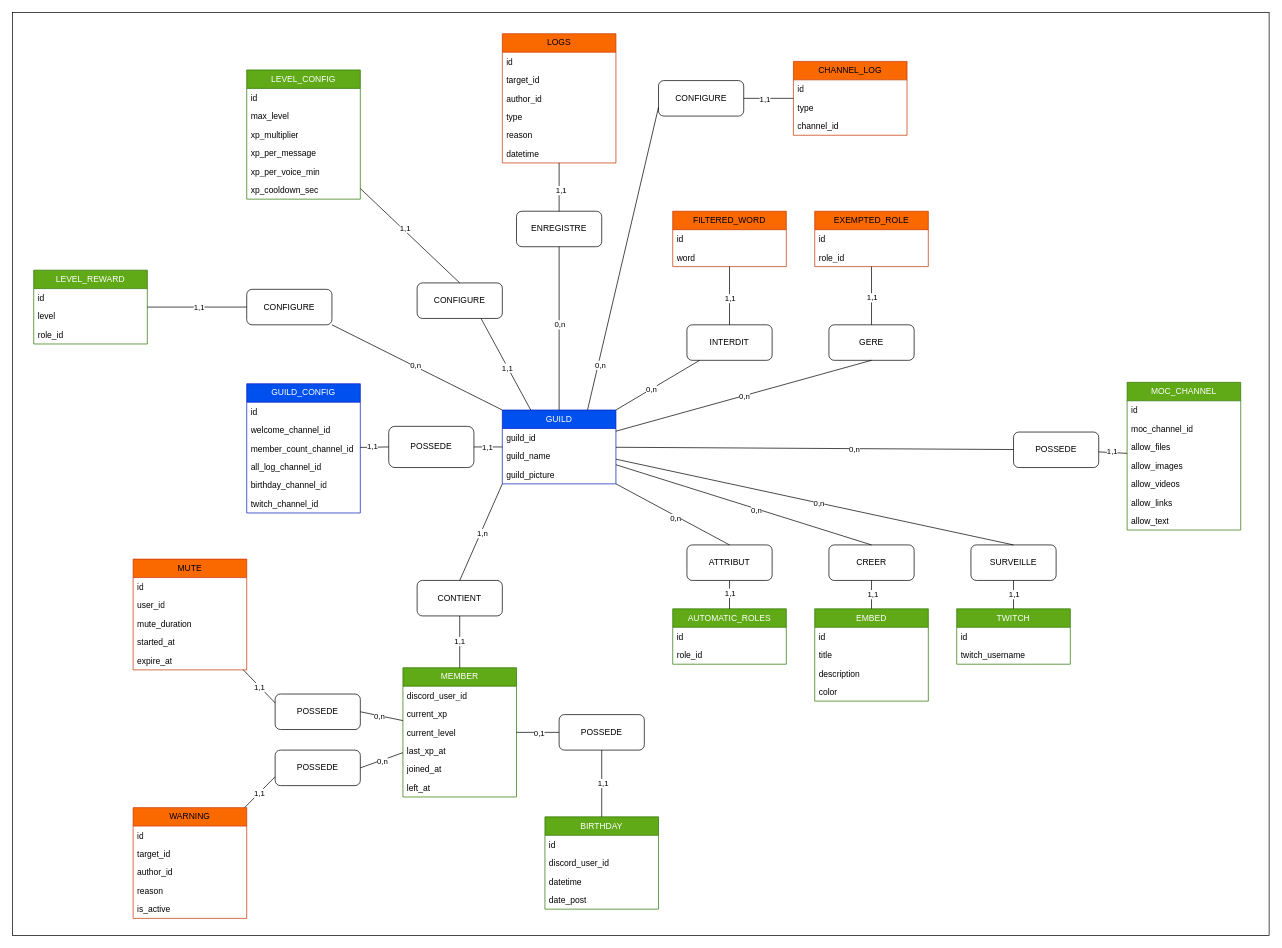
Earlier version of the draw.io diagram docs/Sprint 1/MCD - Wystrelia.drawio (GwenaelS/CDA-Soutenance). Source tidied: cells renumbered, new cells numbered last; positions are measured from the earlier drawing's top-left corner, leaving out a move shared by most shapes. Both pictures are drawn from the tidied source at 71%, with x=0, y=0 at pixel (12, 12).
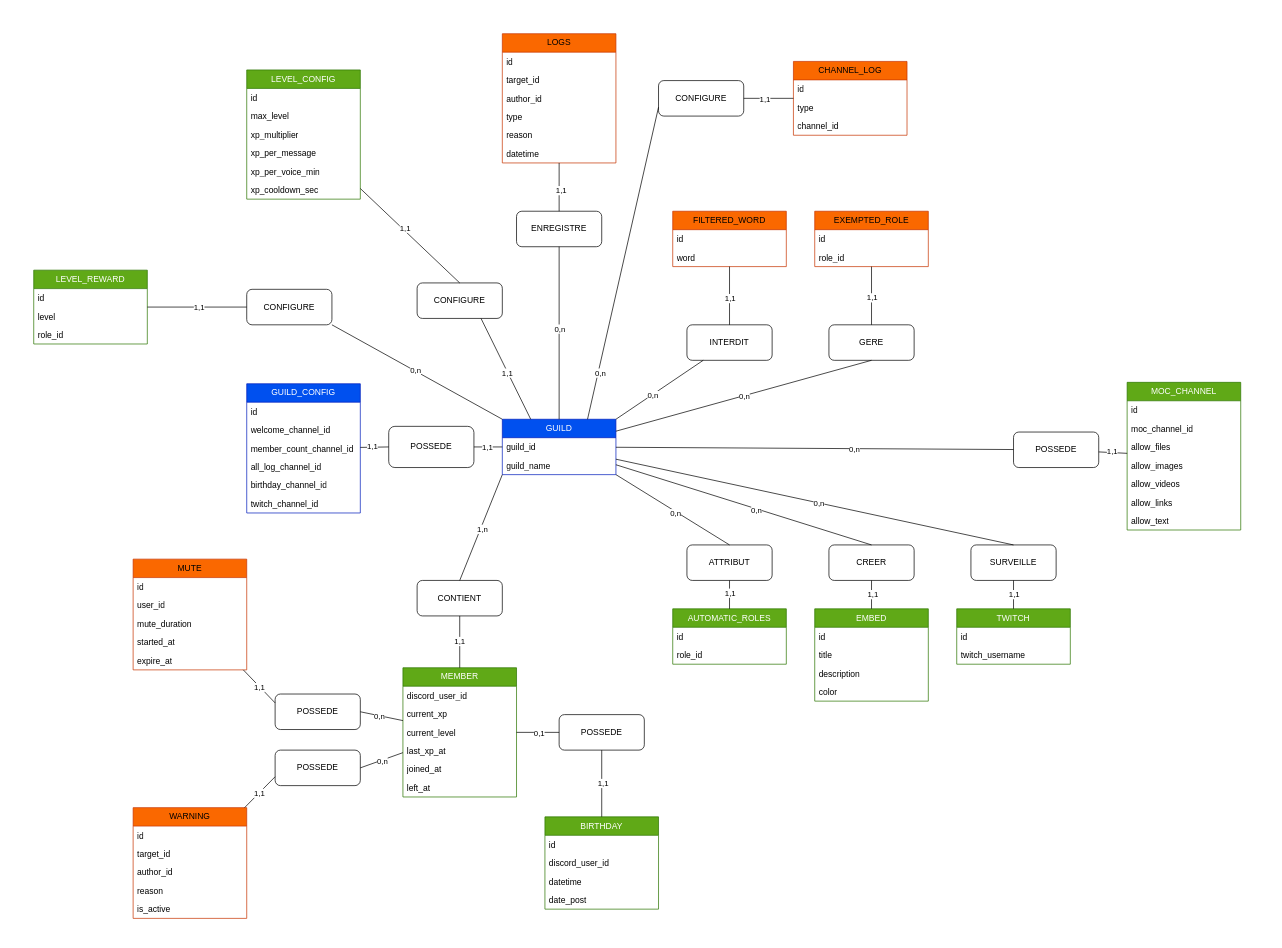
Above is the later version.

Diff of the diagram source:
```diff
@@
-    <mxCell id="2" style="rounded=0;whiteSpace=wrap;html=1;" parent="1" vertex="1">
-      <mxGeometry width="1770" height="1300" as="geometry" />
-    </mxCell>
     <mxCell id="3" value="GUILD" style="swimlane;fontStyle=0;horizontal=1;startSize=26;fillColor=#0050ef;whiteSpace=wrap;html=1;fontColor=#ffffff;strokeColor=#001DBC;strokeWidth=1;" parent="1" vertex="1">
-      <mxGeometry x="690" y="560" width="160" height="104" as="geometry" />
+      <mxGeometry x="690" y="573" width="160" height="78" as="geometry" />
     </mxCell>
@@
-    <mxCell id="6" value="guild_picture" style="text;strokeColor=none;fillColor=none;align=left;verticalAlign=top;spacingLeft=4;spacingRight=4;overflow=hidden;whiteSpace=wrap;html=1;" parent="3" vertex="1">
-      <mxGeometry y="78" width="160" height="26" as="geometry" />
-    </mxCell>
```
